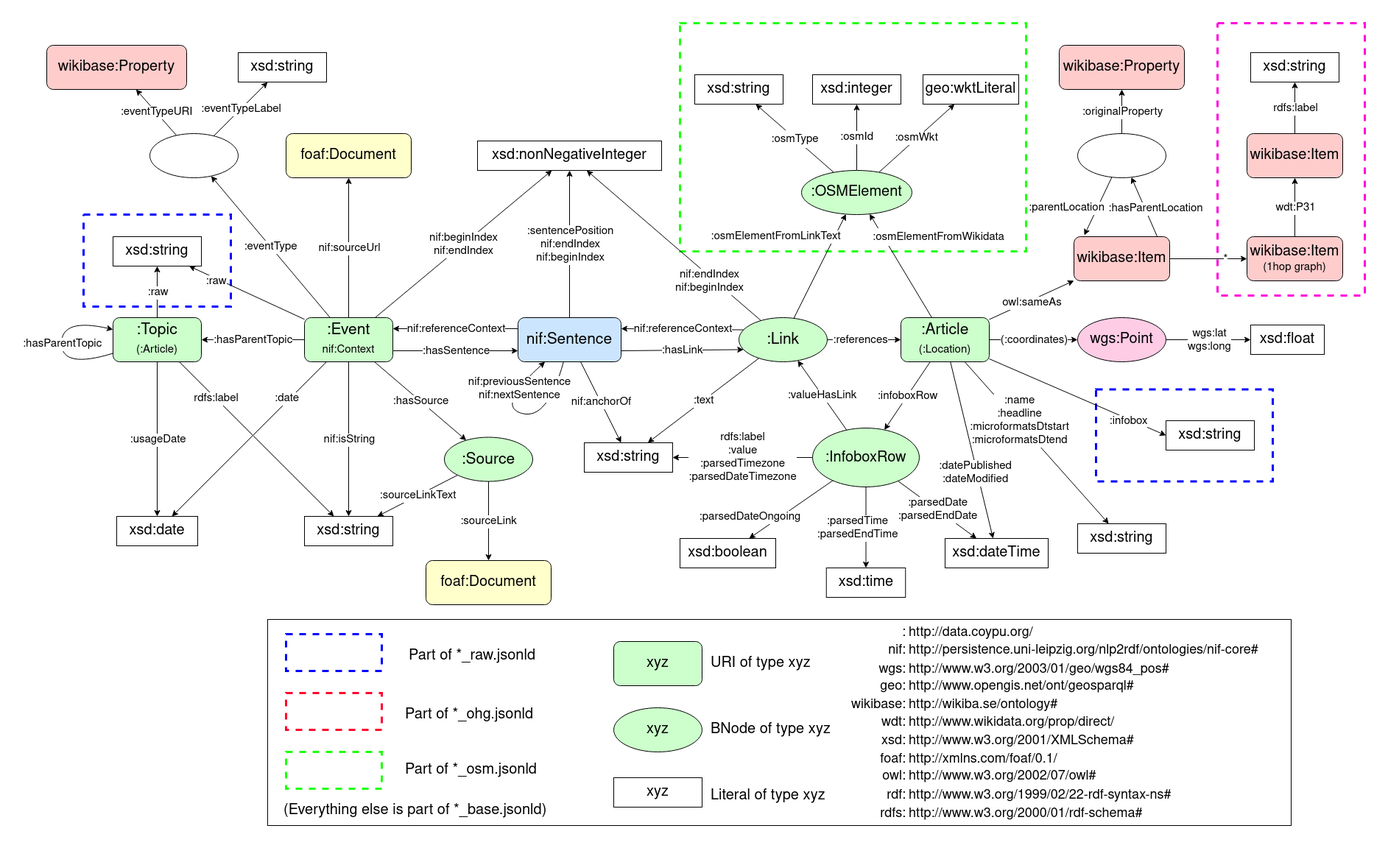
This is Schema.drawio.png from semantic-systems/current-events-to-kg, a draw.io export, as it was before one commit. Source tidied: cells renumbered, new cells last; positions are measured from the earlier drawing's top-left corner, leaving out a move shared by most shapes.
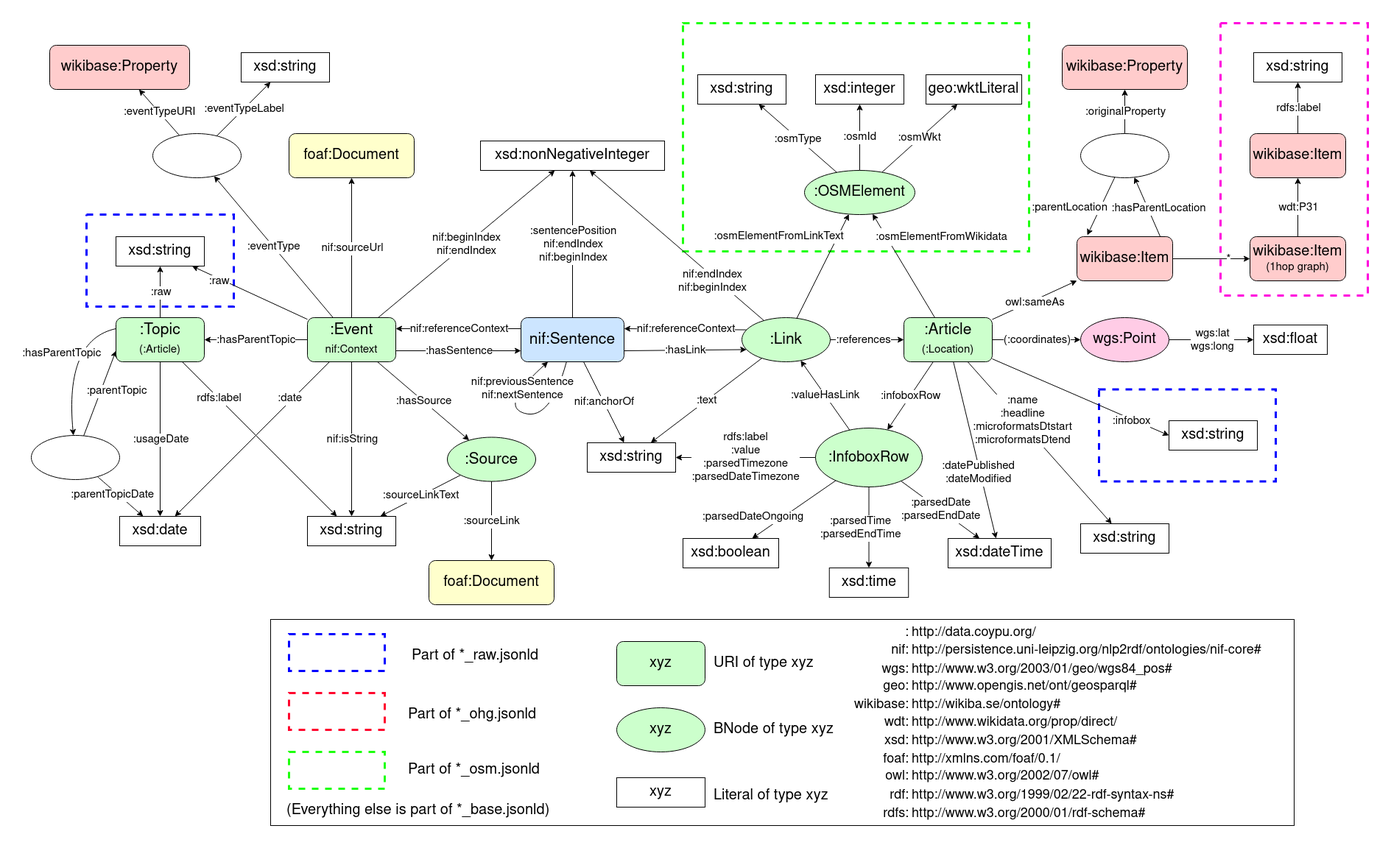
After the change.

Change to the diagram source:
```diff
@@ -68,6 +68,18 @@
     <mxCell id="21" value=":usageDate" style="edgeLabel;html=1;align=center;verticalAlign=middle;fontSize=15;" parent="20" vertex="1">
       <mxGeometry relative="1" as="geometry" />
     </mxCell>
+    <mxCell id="181" style="jettySize=auto;html=1;exitX=0;exitY=0.25;exitDx=0;exitDy=0;curved=1;" parent="1" edge="1" source="22" target="186">
+      <mxGeometry relative="1" as="geometry">
+        <Array as="points">
+          <mxPoint x="20" y="430" />
+        </Array>
+      </mxGeometry>
+    </mxCell>
+    <mxCell id="56" value="&lt;font style=&quot;font-size: 15px;&quot;&gt;:hasParentTopic&lt;/font&gt;" style="edgeLabel;html=1;align=center;verticalAlign=middle;" parent="181" vertex="1">
+      <mxGeometry x="0.44" relative="1" as="geometry">
+        <mxPoint x="-11" y="-56" as="offset" />
+      </mxGeometry>
+    </mxCell>
     <mxCell id="22" value="&lt;div style=&quot;font-size: 21px;&quot;&gt;:Topic&lt;/div&gt;&lt;div style=&quot;font-size: 21px;&quot;&gt;&lt;font style=&quot;font-size: 15px;&quot;&gt;(:Article)&lt;/font&gt;&lt;br&gt;&lt;/div&gt;" style="rounded=1;whiteSpace=wrap;html=1;labelBackgroundColor=none;fontFamily=Helvetica;fontSize=15;fontColor=default;fillColor=#CCFFCC;gradientColor=none;" parent="1" vertex="1">
       <mxGeometry x="90" y="400" width="120" height="60" as="geometry" />
     </mxCell>
@@ -182,17 +194,6 @@
     <mxCell id="54" value="&lt;div style=&quot;font-size: 21px;&quot;&gt;nif:Sentence&lt;/div&gt;" style="rounded=1;whiteSpace=wrap;html=1;labelBackgroundColor=none;fontFamily=Helvetica;fontSize=15;fontColor=default;fillColor=#CCE5FF;gradientColor=none;" parent="1" vertex="1">
       <mxGeometry x="640" y="400" width="140" height="60" as="geometry" />
     </mxCell>
-    <mxCell id="55" style="edgeStyle=none;orthogonalLoop=1;jettySize=auto;html=1;fontSize=21;endArrow=classic;endFill=1;curved=1;" parent="1" edge="1" source="22" target="22">
-      <mxGeometry relative="1" as="geometry">
-        <Array as="points">
-          <mxPoint x="20" y="470" />
-          <mxPoint x="20" y="400" />
-        </Array>
-      </mxGeometry>
-    </mxCell>
-    <mxCell id="56" value="&lt;font style=&quot;font-size: 15px;&quot;&gt;:hasParentTopic&lt;/font&gt;" style="edgeLabel;html=1;align=center;verticalAlign=middle;fontSize=15;" parent="55" vertex="1">
-      <mxGeometry relative="1" as="geometry" />
-    </mxCell>
     <mxCell id="57" value="&lt;font style=&quot;font-size: 20px;&quot;&gt;xsd:string&lt;/font&gt;" style="rounded=0;whiteSpace=wrap;html=1;labelBackgroundColor=default;fontFamily=Helvetica;fontSize=15;fontColor=default;fillColor=none;gradientColor=none;" parent="1" vertex="1">
       <mxGeometry x="350" y="670" width="120" height="40" as="geometry" />
     </mxCell>
@@ -581,5 +582,24 @@
     <mxCell id="180" value="&lt;font style=&quot;font-size: 20px;&quot;&gt;xsd:date&lt;/font&gt;" style="rounded=0;whiteSpace=wrap;html=1;labelBackgroundColor=default;fontFamily=Helvetica;fontSize=15;fontColor=default;fillColor=none;gradientColor=none;" parent="1" vertex="1">
       <mxGeometry x="95" y="670" width="110" height="40" as="geometry" />
     </mxCell>
+    <mxCell id="182" style="edgeStyle=none;rounded=0;jettySize=auto;html=1;entryX=0;entryY=0.75;entryDx=0;entryDy=0;" parent="1" edge="1" source="186" target="22">
+      <mxGeometry relative="1" as="geometry" />
+    </mxCell>
+    <mxCell id="183" value="&lt;font style=&quot;font-size: 15px;&quot;&gt;:parentTopic&lt;/font&gt;" style="edgeLabel;html=1;align=center;verticalAlign=middle;" parent="182" vertex="1">
+      <mxGeometry x="-0.22" y="3" relative="1" as="geometry">
+        <mxPoint x="30" y="-15" as="offset" />
+      </mxGeometry>
+    </mxCell>
+    <mxCell id="184" style="edgeStyle=none;curved=1;jettySize=auto;html=1;" parent="1" edge="1" source="186" target="180">
+      <mxGeometry relative="1" as="geometry" />
+    </mxCell>
+    <mxCell id="185" value="&lt;font style=&quot;font-size: 15px;&quot;&gt;:parentTopicDate&lt;/font&gt;" style="edgeLabel;html=1;align=center;verticalAlign=middle;" parent="184" vertex="1">
+      <mxGeometry x="0.33" y="-3" relative="1" as="geometry">
+        <mxPoint x="-20" y="-14" as="offset" />
+      </mxGeometry>
+    </mxCell>
+    <mxCell id="186" value="&lt;div style=&quot;font-size: 21px;&quot;&gt;&lt;br&gt;&lt;/div&gt;" style="ellipse;whiteSpace=wrap;html=1;labelBackgroundColor=none;fontFamily=Helvetica;fontSize=15;fontColor=default;fillColor=none;gradientColor=none;" parent="1" vertex="1">
+      <mxGeometry x="-25" y="560" width="120" height="60" as="geometry" />
+    </mxCell>
   </root>
 </mxGraphModel>
```
